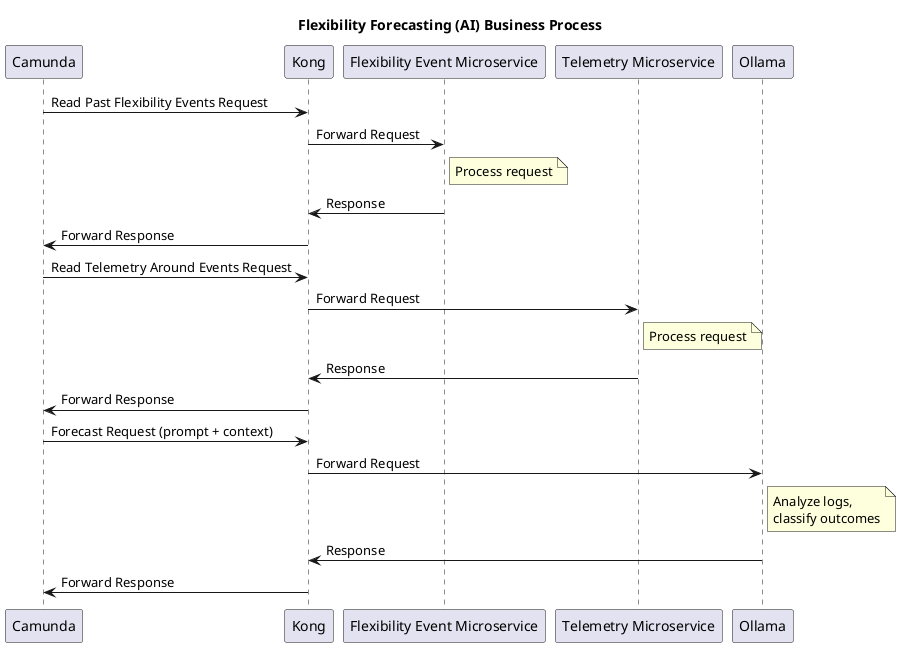
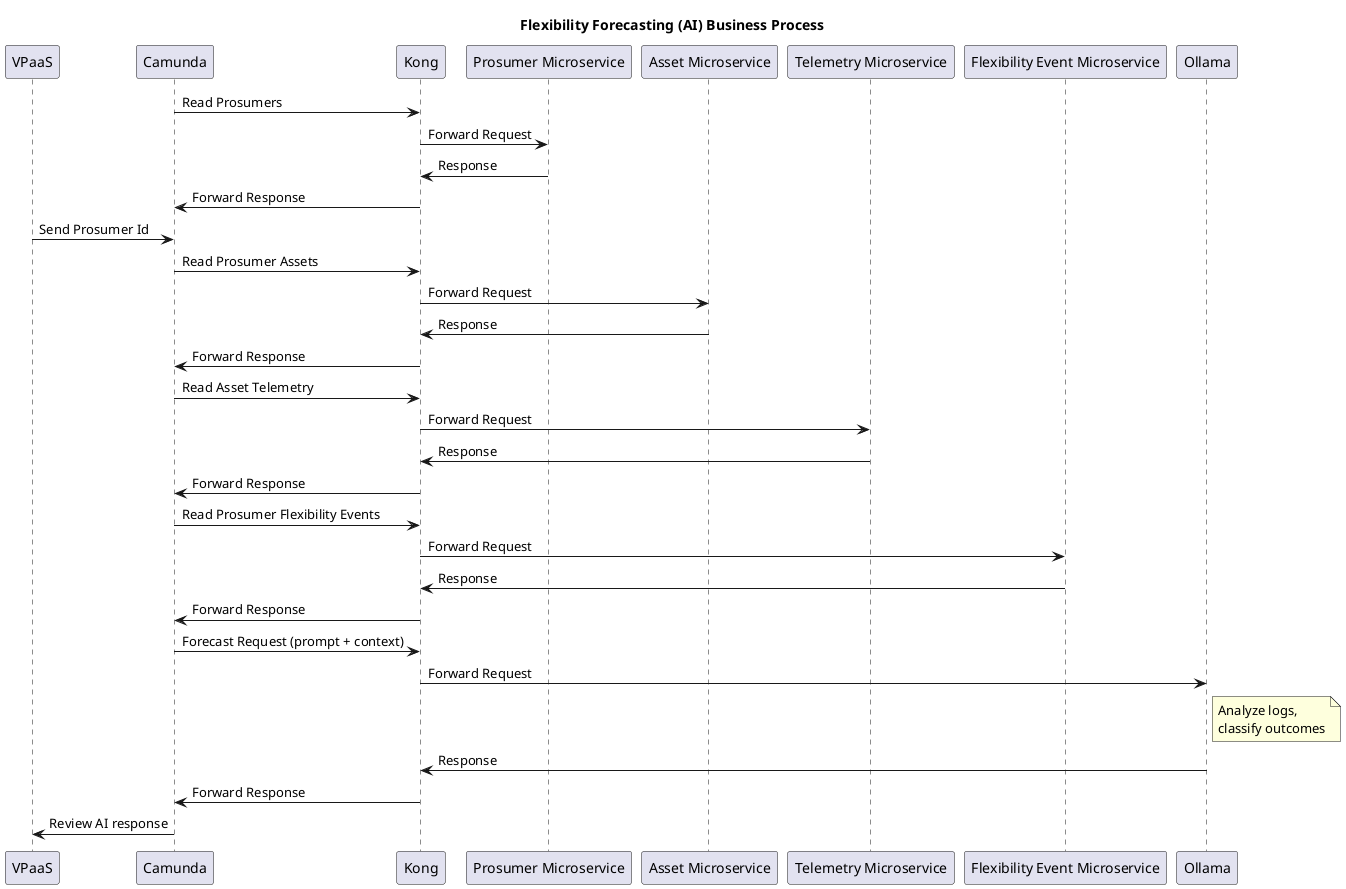
@startuml FlexibilityForecasting
title Flexibility Forecasting (AI) Business Process

- /'
- In order to forecast flexibility outcomes we fetch past flexibility events from the Flexibility Event Microservice. GET /FlexibilityEvent
- We fetch telemetry events for the flexibility event's assets, 10 events before and 10 after the flexibility event's timestamp. GET /Telemetry/asset/{assetId}/around/{timestamp}
- We then send the gathered context to the Ollama server with a prompt asking it to classify each event as SUCCESS or FAILURE and produce a sentiment analysis on the outcome.
- '/
- 
+ participant VPaaS
participant Camunda
participant Kong
- participant "Flexibility Event Microservice" as Flex
- participant "Telemetry Microservice" as Tel
+ participant "Prosumer Microservice" as P
+ participant "Asset Microservice" as A
+ participant "Telemetry Microservice" as T
+ participant "Flexibility Event Microservice" as F
participant Ollama

- Camunda -> Kong : Read Past Flexibility Events Request
- Kong -> Flex : Forward Request
- note right of Flex : Process request
- Flex -> Kong : Response
+ Camunda -> Kong : Read Prosumers
+ Kong -> P : Forward Request
+ P -> Kong : Response
Kong -> Camunda : Forward Response

- Camunda -> Kong : Read Telemetry Around Events Request
- Kong -> Tel : Forward Request
- note right of Tel : Process request
- Tel -> Kong : Response
+ VPaaS -> Camunda : Send Prosumer Id
+ 
+ Camunda -> Kong : Read Prosumer Assets
+ Kong -> A : Forward Request
+ A -> Kong : Response
+ Kong -> Camunda : Forward Response
+ 
+ Camunda -> Kong : Read Asset Telemetry
+ Kong -> T : Forward Request
+ T -> Kong : Response
+ Kong -> Camunda : Forward Response
+ 
+ Camunda -> Kong : Read Prosumer Flexibility Events
+ Kong -> F : Forward Request
+ F -> Kong : Response
Kong -> Camunda : Forward Response

Camunda -> Kong : Forecast Request (prompt + context)
Kong -> Ollama : Forward Request
note right of Ollama : Analyze logs,\nclassify outcomes
Ollama -> Kong : Response
Kong -> Camunda : Forward Response
+ 
+ Camunda -> VPaaS : Review AI response
@enduml